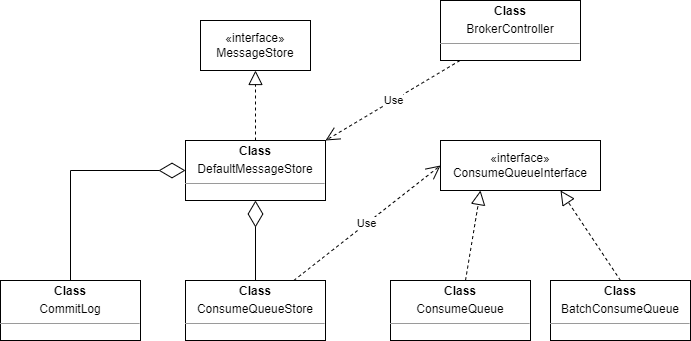
The draw.io diagram RocketMQ-文件操作相关类.drawio.png in chenjinkai/drawstorage, before a commit. Source tidied: cells renumbered, new cells last; positions are measured from the earlier drawing's top-left corner, leaving out a move shared by most shapes.
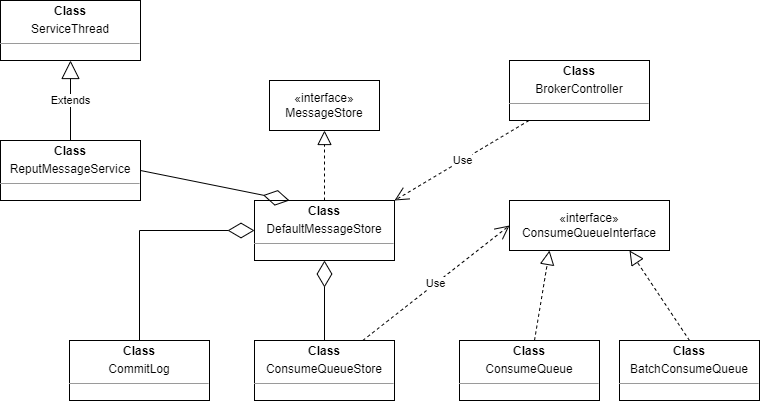
The same file after the commit.

Commit message:
更新RocketMQ-文件操作相关类.drawio.png

What changed in the source:
```diff
@@ -53,5 +53,17 @@
     <mxCell id="16" value="Use" style="endArrow=open;endSize=12;dashed=1;html=1;rounded=0;entryX=1;entryY=0;entryDx=0;entryDy=0;" parent="1" edge="1" source="15" target="4">
       <mxGeometry relative="1" as="geometry" />
     </mxCell>
+    <mxCell id="17" value="&lt;p style=&quot;margin:0px;margin-top:4px;text-align:center;&quot;&gt;&lt;b&gt;Class&lt;/b&gt;&lt;/p&gt;&lt;p style=&quot;margin:0px;margin-top:4px;text-align:center;&quot;&gt;ServiceThread&lt;/p&gt;&lt;hr size=&quot;1&quot;&gt;&lt;div style=&quot;height:2px;&quot;&gt;&lt;/div&gt;" style="verticalAlign=top;align=left;overflow=fill;html=1;whiteSpace=wrap;" parent="1" vertex="1">
+      <mxGeometry x="-69" y="-60" width="140" height="60" as="geometry" />
+    </mxCell>
+    <mxCell id="18" value="&lt;p style=&quot;margin:0px;margin-top:4px;text-align:center;&quot;&gt;&lt;b&gt;Class&lt;/b&gt;&lt;/p&gt;&lt;p style=&quot;margin:0px;margin-top:4px;text-align:center;&quot;&gt;ReputMessageService&lt;/p&gt;&lt;hr size=&quot;1&quot;&gt;&lt;div style=&quot;height:2px;&quot;&gt;&lt;/div&gt;" style="verticalAlign=top;align=left;overflow=fill;html=1;whiteSpace=wrap;" parent="1" vertex="1">
+      <mxGeometry x="-69" y="80" width="140" height="60" as="geometry" />
+    </mxCell>
+    <mxCell id="19" value="Extends" style="endArrow=block;endSize=16;endFill=0;html=1;rounded=0;entryX=0.5;entryY=1;entryDx=0;entryDy=0;" parent="1" edge="1" source="18" target="17">
+      <mxGeometry relative="1" as="geometry" />
+    </mxCell>
+    <mxCell id="20" style="endArrow=diamondThin;endFill=0;endSize=24;html=1;rounded=0;entryX=0.25;entryY=0;entryDx=0;entryDy=0;exitX=1;exitY=0.5;exitDx=0;exitDy=0;" parent="1" edge="1" source="18" target="4">
+      <mxGeometry relative="1" as="geometry" />
+    </mxCell>
   </root>
 </mxGraphModel>
```
